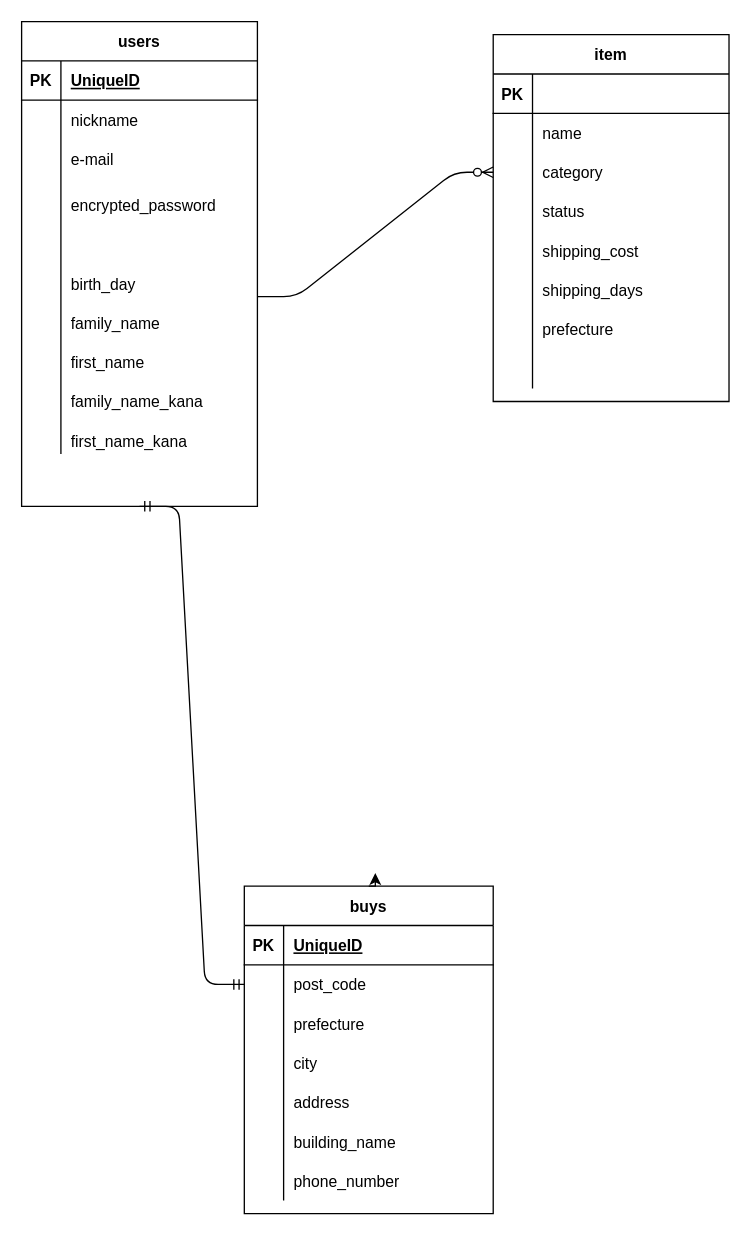
Above: test.dio in tsizo/furima-34274 (draw.io), before the change. Source tidied: cells renumbered, new cells numbered last; positions are measured from the earlier drawing's top-left corner, leaving out a move shared by most shapes. Both pictures are drawn from the tidied source at 131%, with x=0, y=0 at pixel (21, 21).
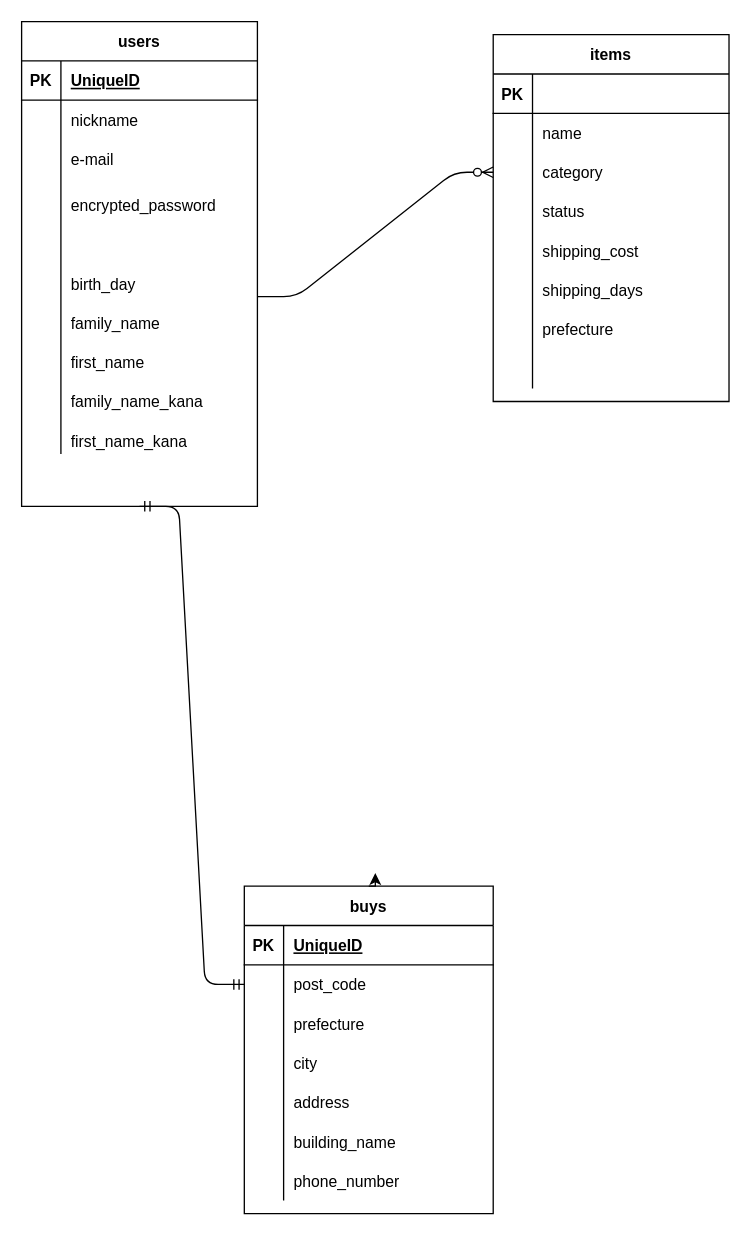
Above is the later version.

Commit message (it also covers changes not shown here):
データベース修正

The edit, as a diff of the source:
```diff
@@
-    <mxCell id="34" value="item" style="shape=table;startSize=30;childLayout=tableLayout;rowLines=0;fontStyle=1;align=center;" parent="1" vertex="1">
+    <mxCell id="34" value="items" style="shape=table;startSize=30;childLayout=tableLayout;rowLines=0;fontStyle=1;align=center;" parent="1" vertex="1">
       <mxGeometry x="360" y="10" width="180" height="280" as="geometry" />
     </mxCell>
```
